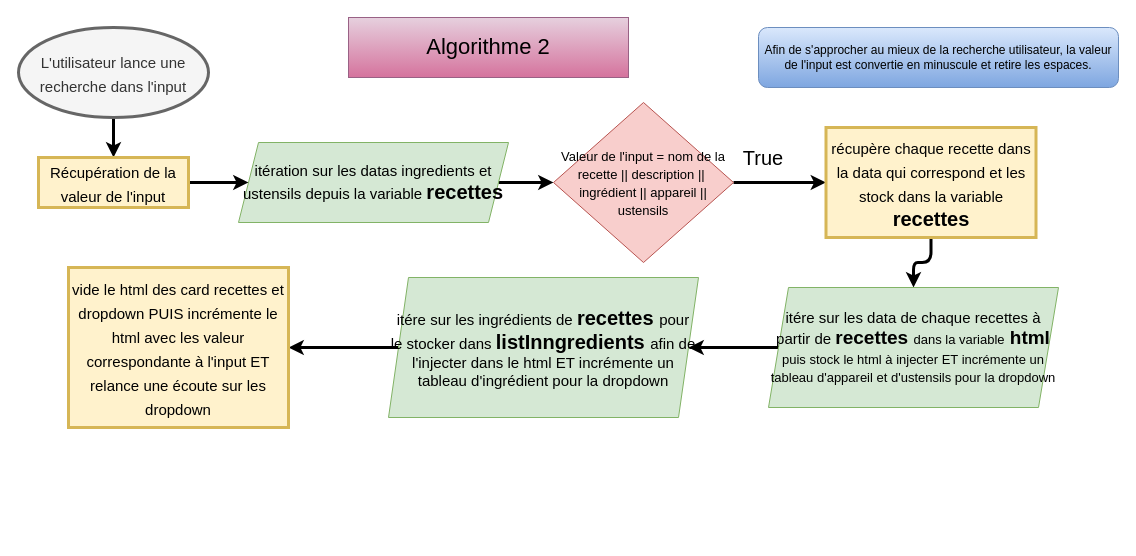
This is page "Page-2" (2 of 2) of Untitled Diagram.drawio from kbosc/KevinBosc_7_21-10-2021, a draw.io file, before an edit. Source tidied: cells renumbered, new cells numbered last; positions are measured from the earlier drawing's top-left corner, leaving out a move shared by most shapes. Both pictures are drawn from the tidied source at 100%, with x=0, y=0 at pixel (18, 17).
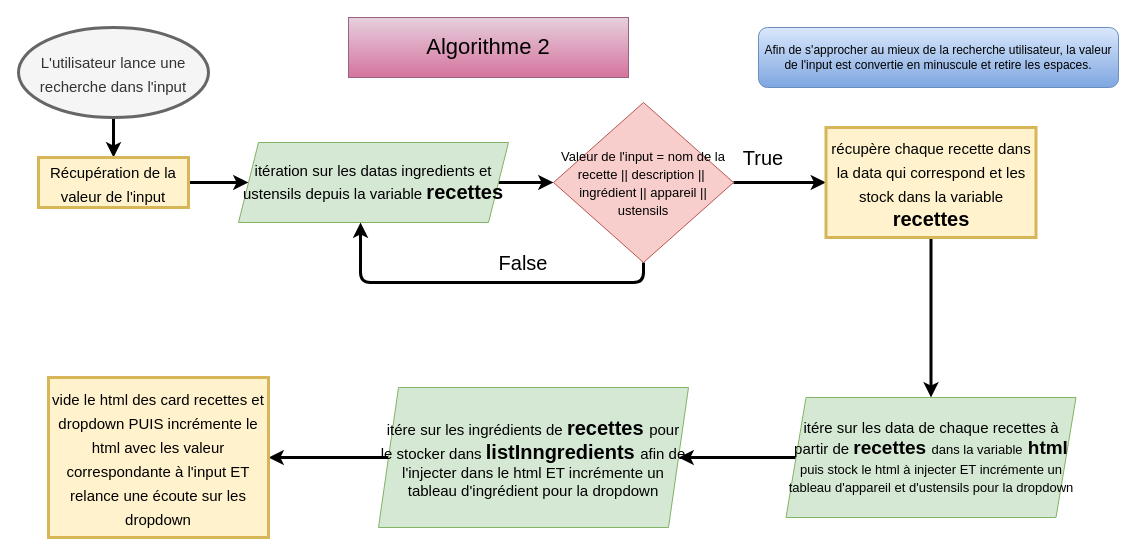
Above is the later version.

Unchanged cells that the change refers to:
```xml
<mxCell id="9" value="itération sur les datas ingredients et ustensils depuis la variable &lt;b&gt;&lt;font style=&quot;font-size: 20px&quot;&gt;recettes&lt;/font&gt;&lt;/b&gt;" style="shape=parallelogram;perimeter=parallelogramPerimeter;whiteSpace=wrap;html=1;fixedSize=1;fontSize=15;fillColor=#d5e8d4;strokeColor=#82b366;" parent="1" vertex="1">
  <mxGeometry x="220" y="125" width="270" height="80" as="geometry" />
</mxCell>
<mxCell id="11" value="&lt;div&gt;&lt;span style=&quot;font-size: 13px&quot;&gt;Valeur de l'input = nom de la recette || description ||&amp;nbsp; &lt;/span&gt;&lt;font size=&quot;1&quot;&gt;&lt;span style=&quot;font-size: 13px&quot;&gt;ingrédient || appareil || ustensils&lt;/span&gt;&lt;/font&gt;&lt;/div&gt;" style="rhombus;whiteSpace=wrap;html=1;fontSize=15;align=center;fillColor=#f8cecc;strokeColor=#b85450;" parent="1" vertex="1">
  <mxGeometry x="535" y="85" width="180" height="160" as="geometry" />
</mxCell>
```

What changed in the source:
```diff
@@
+    <mxCell id="20" style="edgeStyle=orthogonalEdgeStyle;rounded=1;jettySize=auto;html=1;entryX=0.452;entryY=1;entryDx=0;entryDy=0;entryPerimeter=0;strokeWidth=3;" parent="1" edge="1" source="11" target="9">
+      <mxGeometry relative="1" as="geometry">
+        <Array as="points">
+          <mxPoint x="625" y="265" />
+          <mxPoint x="342" y="265" />
+        </Array>
+      </mxGeometry>
+    </mxCell>
@@
     <mxCell id="15" value="itére sur les data de chaque recettes à partir de &lt;font style=&quot;font-weight: bold ; font-size: 19px&quot;&gt;recettes &lt;/font&gt;&lt;font style=&quot;font-size: 13px&quot;&gt;dans la variable&lt;/font&gt;&lt;font style=&quot;font-weight: bold ; font-size: 19px&quot;&gt; html &lt;/font&gt;&lt;font style=&quot;font-size: 13px&quot;&gt;puis stock le html à injecter ET incrémente un tableau d'appareil et d'ustensils pour la dropdown&lt;/font&gt;" style="shape=parallelogram;perimeter=parallelogramPerimeter;whiteSpace=wrap;html=1;fixedSize=1;fontSize=15;fillColor=#d5e8d4;strokeColor=#82b366;" parent="1" vertex="1">
-      <mxGeometry x="750" y="270" width="290" height="120" as="geometry" />
+      <mxGeometry x="767.5" y="380" width="290" height="120" as="geometry" />
     </mxCell>
@@
     <mxCell id="17" value="itére sur les ingrédients de &lt;b&gt;&lt;font style=&quot;font-size: 20px&quot;&gt;recettes &lt;/font&gt;&lt;/b&gt;pour le stocker dans &lt;b&gt;&lt;font style=&quot;font-size: 20px&quot;&gt;listInngredients &lt;/font&gt;&lt;/b&gt;afin de l'injecter dans le html ET incrémente un tableau d'ingrédient pour la dropdown" style="shape=parallelogram;perimeter=parallelogramPerimeter;whiteSpace=wrap;html=1;fixedSize=1;fontSize=15;fillColor=#d5e8d4;strokeColor=#82b366;" parent="1" vertex="1">
-      <mxGeometry x="370" y="260" width="310" height="140" as="geometry" />
+      <mxGeometry x="360" y="370" width="310" height="140" as="geometry" />
     </mxCell>
@@
     <mxCell id="19" value="&lt;font style=&quot;font-size: 15px&quot;&gt;vide le html des card recettes et dropdown PUIS incrémente le html avec les valeur correspondante à l'input ET relance une écoute sur les dropdown&lt;/font&gt;" style="whiteSpace=wrap;html=1;rounded=0;fontSize=20;strokeWidth=3;fillColor=#fff2cc;strokeColor=#d6b656;" parent="1" vertex="1">
-      <mxGeometry x="50" y="250" width="220" height="160" as="geometry" />
+      <mxGeometry x="30" y="360" width="220" height="160" as="geometry" />
     </mxCell>
+    <mxCell id="21" value="False" style="text;html=1;strokeColor=none;fillColor=none;align=center;verticalAlign=middle;whiteSpace=wrap;rounded=0;fontSize=20;" parent="1" vertex="1">
+      <mxGeometry x="475" y="230" width="60" height="30" as="geometry" />
+    </mxCell>
```
